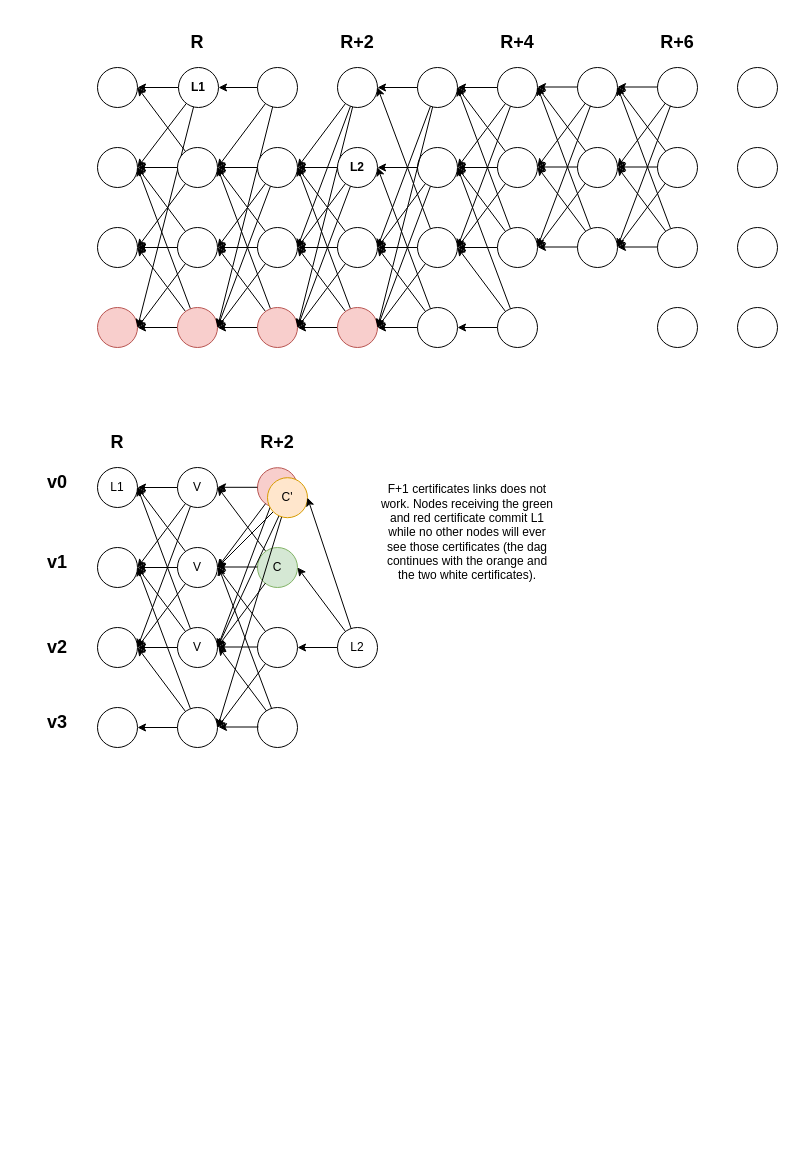
Earlier version of the draw.io diagram dag.drawio (asonnino/various-diagrams). Source tidied: cells renumbered, new cells numbered last; positions are measured from the earlier drawing's top-left corner, leaving out a move shared by most shapes. Both pictures are drawn from the tidied source at 100%, with x=0, y=0 at pixel (27, 27).
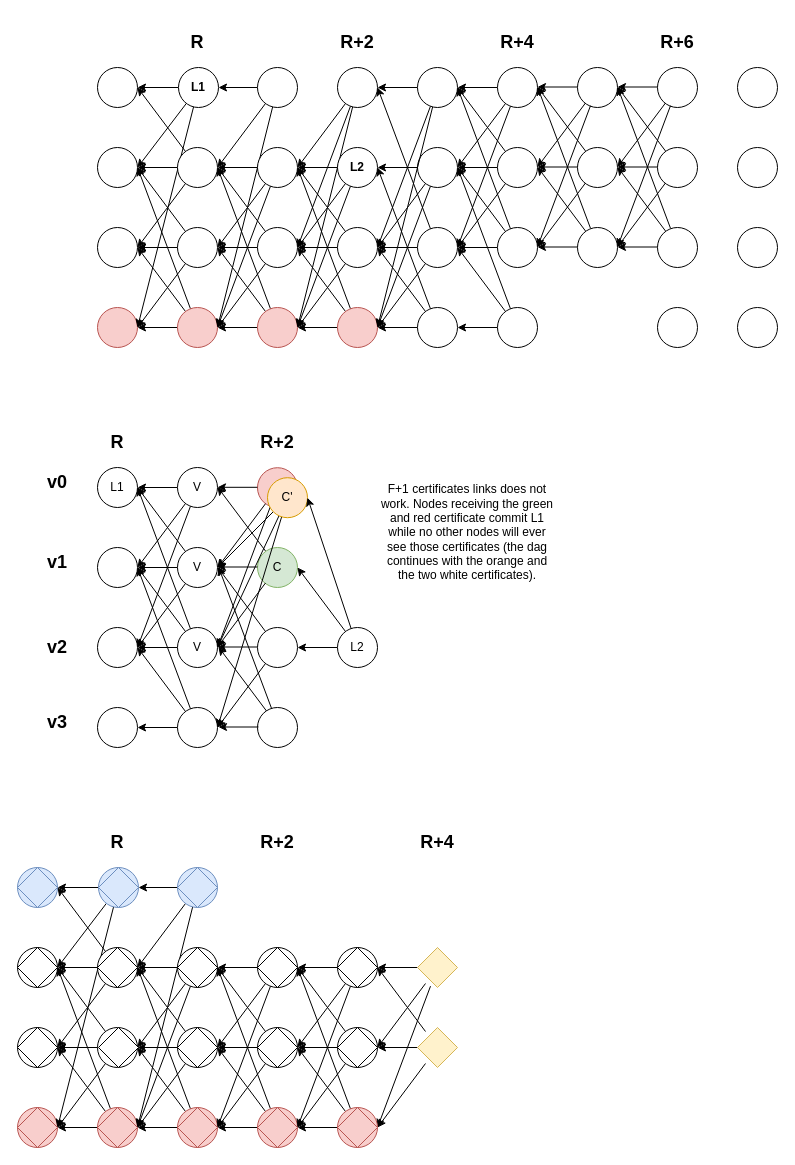
The same page after the edit.

Diff of the diagram source:
```diff
@@
+    <mxCell id="171" style="ellipse;whiteSpace=wrap;html=1;fillColor=#dae8fc;strokeColor=#6c8ebf;" parent="1" vertex="1">
+      <mxGeometry x="-10" y="840" width="40" height="40" as="geometry" />
+    </mxCell>
+    <mxCell id="172" style="ellipse;whiteSpace=wrap;html=1;" parent="1" vertex="1">
+      <mxGeometry x="-10" y="920" width="40" height="40" as="geometry" />
+    </mxCell>
+    <mxCell id="173" style="ellipse;whiteSpace=wrap;html=1;" parent="1" vertex="1">
+      <mxGeometry x="-10" y="1000" width="40" height="40" as="geometry" />
+    </mxCell>
+    <mxCell id="174" style="ellipse;whiteSpace=wrap;html=1;fillColor=#f8cecc;strokeColor=#b85450;" parent="1" vertex="1">
+      <mxGeometry x="-10" y="1080" width="40" height="40" as="geometry" />
+    </mxCell>
+    <mxCell id="175" style="edgeStyle=none;rounded=0;jettySize=auto;html=1;entryX=1;entryY=0.5;entryDx=0;entryDy=0;" parent="1" edge="1" source="178" target="171">
+      <mxGeometry relative="1" as="geometry" />
+    </mxCell>
+    <mxCell id="176" style="edgeStyle=none;rounded=0;jettySize=auto;html=1;entryX=1;entryY=0.5;entryDx=0;entryDy=0;" parent="1" edge="1" source="178" target="172">
+      <mxGeometry relative="1" as="geometry" />
+    </mxCell>
+    <mxCell id="177" style="edgeStyle=none;rounded=0;jettySize=auto;html=1;entryX=1;entryY=0.5;entryDx=0;entryDy=0;" parent="1" edge="1" source="178" target="174">
+      <mxGeometry relative="1" as="geometry" />
+    </mxCell>
+    <mxCell id="178" style="ellipse;whiteSpace=wrap;html=1;fillColor=#dae8fc;strokeColor=#6c8ebf;" parent="1" vertex="1">
+      <mxGeometry x="71" y="840" width="40" height="40" as="geometry" />
+    </mxCell>
+    <mxCell id="179" style="rounded=0;jettySize=auto;html=1;entryX=1;entryY=0.5;entryDx=0;entryDy=0;" parent="1" edge="1" source="182" target="171">
+      <mxGeometry relative="1" as="geometry" />
+    </mxCell>
+    <mxCell id="180" style="edgeStyle=none;rounded=0;jettySize=auto;html=1;entryX=1;entryY=0.5;entryDx=0;entryDy=0;" parent="1" edge="1" source="182" target="172">
+      <mxGeometry relative="1" as="geometry" />
+    </mxCell>
+    <mxCell id="181" style="edgeStyle=none;rounded=0;jettySize=auto;html=1;" parent="1" edge="1" source="182">
+      <mxGeometry relative="1" as="geometry">
+        <mxPoint x="30" y="1020" as="targetPoint" />
+      </mxGeometry>
+    </mxCell>
+    <mxCell id="182" style="ellipse;whiteSpace=wrap;html=1;" parent="1" vertex="1">
+      <mxGeometry x="70" y="920" width="40" height="40" as="geometry" />
+    </mxCell>
+    <mxCell id="183" style="edgeStyle=none;rounded=0;jettySize=auto;html=1;" parent="1" edge="1" source="187" target="173">
+      <mxGeometry relative="1" as="geometry" />
+    </mxCell>
+    <mxCell id="184" style="edgeStyle=none;rounded=0;jettySize=auto;html=1;entryX=1;entryY=0.5;entryDx=0;entryDy=0;" parent="1" edge="1" source="187" target="173">
+      <mxGeometry relative="1" as="geometry" />
+    </mxCell>
+    <mxCell id="185" style="edgeStyle=none;rounded=0;jettySize=auto;html=1;entryX=1;entryY=0.5;entryDx=0;entryDy=0;" parent="1" edge="1" source="187" target="174">
+      <mxGeometry relative="1" as="geometry" />
+    </mxCell>
+    <mxCell id="186" style="edgeStyle=none;rounded=0;jettySize=auto;html=1;entryX=1;entryY=0.5;entryDx=0;entryDy=0;" parent="1" edge="1" source="187" target="172">
+      <mxGeometry relative="1" as="geometry" />
+    </mxCell>
+    <mxCell id="187" style="ellipse;whiteSpace=wrap;html=1;" parent="1" vertex="1">
+      <mxGeometry x="70" y="1000" width="40" height="40" as="geometry" />
+    </mxCell>
+    <mxCell id="188" style="edgeStyle=none;rounded=0;jettySize=auto;html=1;entryX=1;entryY=0.5;entryDx=0;entryDy=0;" parent="1" edge="1" source="191" target="173">
+      <mxGeometry relative="1" as="geometry" />
+    </mxCell>
+    <mxCell id="189" style="edgeStyle=none;rounded=0;jettySize=auto;html=1;entryX=1;entryY=0.5;entryDx=0;entryDy=0;" parent="1" edge="1" source="191" target="172">
+      <mxGeometry relative="1" as="geometry" />
+    </mxCell>
+    <mxCell id="190" style="edgeStyle=none;rounded=0;jettySize=auto;html=1;entryX=1;entryY=0.5;entryDx=0;entryDy=0;" parent="1" edge="1" source="191" target="174">
+      <mxGeometry relative="1" as="geometry" />
+    </mxCell>
+    <mxCell id="191" style="ellipse;whiteSpace=wrap;html=1;fillColor=#f8cecc;strokeColor=#b85450;" parent="1" vertex="1">
+      <mxGeometry x="70" y="1080" width="40" height="40" as="geometry" />
+    </mxCell>
+    <mxCell id="192" style="edgeStyle=none;rounded=0;jettySize=auto;html=1;entryX=1;entryY=0.5;entryDx=0;entryDy=0;" parent="1" edge="1" source="195" target="178">
+      <mxGeometry relative="1" as="geometry" />
+    </mxCell>
+    <mxCell id="193" style="edgeStyle=none;rounded=0;jettySize=auto;html=1;entryX=1;entryY=0.5;entryDx=0;entryDy=0;" parent="1" edge="1" source="195" target="182">
+      <mxGeometry relative="1" as="geometry" />
+    </mxCell>
+    <mxCell id="194" style="edgeStyle=none;rounded=0;jettySize=auto;html=1;entryX=1;entryY=0.5;entryDx=0;entryDy=0;" parent="1" edge="1" source="195" target="191">
+      <mxGeometry relative="1" as="geometry" />
+    </mxCell>
+    <mxCell id="195" style="ellipse;whiteSpace=wrap;html=1;fillColor=#dae8fc;strokeColor=#6c8ebf;" parent="1" vertex="1">
+      <mxGeometry x="150" y="840" width="40" height="40" as="geometry" />
+    </mxCell>
+    <mxCell id="196" style="edgeStyle=none;rounded=0;jettySize=auto;html=1;entryX=1;entryY=0.5;entryDx=0;entryDy=0;" parent="1" edge="1" source="199" target="182">
+      <mxGeometry relative="1" as="geometry" />
+    </mxCell>
+    <mxCell id="197" style="edgeStyle=none;rounded=0;jettySize=auto;html=1;entryX=1;entryY=0.5;entryDx=0;entryDy=0;" parent="1" edge="1" target="187">
+      <mxGeometry relative="1" as="geometry">
+        <mxPoint x="170" y="940" as="sourcePoint" />
+      </mxGeometry>
+    </mxCell>
+    <mxCell id="198" style="edgeStyle=none;rounded=0;jettySize=auto;html=1;entryX=1;entryY=0.5;entryDx=0;entryDy=0;" parent="1" edge="1" source="199" target="191">
+      <mxGeometry relative="1" as="geometry" />
+    </mxCell>
+    <mxCell id="199" style="ellipse;whiteSpace=wrap;html=1;" parent="1" vertex="1">
+      <mxGeometry x="150" y="920" width="40" height="40" as="geometry" />
+    </mxCell>
+    <mxCell id="200" style="edgeStyle=none;rounded=0;jettySize=auto;html=1;entryX=1;entryY=0.5;entryDx=0;entryDy=0;" parent="1" edge="1" source="203" target="182">
+      <mxGeometry relative="1" as="geometry" />
+    </mxCell>
+    <mxCell id="201" style="edgeStyle=none;rounded=0;jettySize=auto;html=1;" parent="1" edge="1" source="203" target="187">
+      <mxGeometry relative="1" as="geometry" />
+    </mxCell>
+    <mxCell id="202" style="edgeStyle=none;rounded=0;jettySize=auto;html=1;entryX=1;entryY=0.5;entryDx=0;entryDy=0;" parent="1" edge="1" source="203" target="191">
+      <mxGeometry relative="1" as="geometry" />
+    </mxCell>
+    <mxCell id="203" style="ellipse;whiteSpace=wrap;html=1;" parent="1" vertex="1">
+      <mxGeometry x="150" y="1000" width="40" height="40" as="geometry" />
+    </mxCell>
+    <mxCell id="204" style="edgeStyle=none;rounded=0;jettySize=auto;html=1;entryX=1;entryY=0.5;entryDx=0;entryDy=0;" parent="1" edge="1" source="207" target="182">
+      <mxGeometry relative="1" as="geometry" />
+    </mxCell>
+    <mxCell id="205" style="edgeStyle=none;rounded=0;jettySize=auto;html=1;entryX=1;entryY=0.5;entryDx=0;entryDy=0;" parent="1" edge="1" source="207" target="187">
+      <mxGeometry relative="1" as="geometry" />
+    </mxCell>
+    <mxCell id="206" style="edgeStyle=none;rounded=0;jettySize=auto;html=1;" parent="1" edge="1" source="207" target="191">
+      <mxGeometry relative="1" as="geometry" />
+    </mxCell>
+    <mxCell id="207" style="ellipse;whiteSpace=wrap;html=1;fillColor=#f8cecc;strokeColor=#b85450;" parent="1" vertex="1">
+      <mxGeometry x="150" y="1080" width="40" height="40" as="geometry" />
+    </mxCell>
+    <mxCell id="208" style="edgeStyle=none;rounded=0;jettySize=auto;html=1;entryX=1;entryY=0.5;entryDx=0;entryDy=0;" parent="1" edge="1" source="211" target="199">
+      <mxGeometry relative="1" as="geometry" />
+    </mxCell>
+    <mxCell id="209" style="edgeStyle=none;rounded=0;jettySize=auto;html=1;entryX=1;entryY=0.5;entryDx=0;entryDy=0;" parent="1" edge="1" source="211" target="203">
+      <mxGeometry relative="1" as="geometry" />
+    </mxCell>
+    <mxCell id="210" style="edgeStyle=none;rounded=0;jettySize=auto;html=1;entryX=1;entryY=0.5;entryDx=0;entryDy=0;" parent="1" edge="1" source="211" target="207">
+      <mxGeometry relative="1" as="geometry" />
+    </mxCell>
+    <mxCell id="211" style="ellipse;whiteSpace=wrap;html=1;" parent="1" vertex="1">
+      <mxGeometry x="230" y="920" width="40" height="40" as="geometry" />
+    </mxCell>
+    <mxCell id="212" style="edgeStyle=none;rounded=0;jettySize=auto;html=1;entryX=1;entryY=0.5;entryDx=0;entryDy=0;" parent="1" edge="1" source="215" target="199">
+      <mxGeometry relative="1" as="geometry" />
+    </mxCell>
+    <mxCell id="213" style="edgeStyle=none;rounded=0;jettySize=auto;html=1;entryX=1;entryY=0.5;entryDx=0;entryDy=0;" parent="1" edge="1" source="215" target="203">
+      <mxGeometry relative="1" as="geometry" />
+    </mxCell>
+    <mxCell id="214" style="edgeStyle=none;rounded=0;jettySize=auto;html=1;entryX=1;entryY=0.5;entryDx=0;entryDy=0;" parent="1" edge="1" source="215" target="207">
+      <mxGeometry relative="1" as="geometry" />
+    </mxCell>
+    <mxCell id="215" style="ellipse;whiteSpace=wrap;html=1;" parent="1" vertex="1">
+      <mxGeometry x="230" y="1000" width="40" height="40" as="geometry" />
+    </mxCell>
+    <mxCell id="216" style="edgeStyle=none;rounded=0;jettySize=auto;html=1;entryX=1;entryY=0.5;entryDx=0;entryDy=0;" parent="1" edge="1" source="219" target="199">
+      <mxGeometry relative="1" as="geometry" />
+    </mxCell>
+    <mxCell id="217" style="edgeStyle=none;rounded=0;jettySize=auto;html=1;entryX=1;entryY=0.5;entryDx=0;entryDy=0;" parent="1" edge="1" source="219" target="203">
+      <mxGeometry relative="1" as="geometry" />
+    </mxCell>
+    <mxCell id="218" style="edgeStyle=none;rounded=0;jettySize=auto;html=1;entryX=1;entryY=0.5;entryDx=0;entryDy=0;" parent="1" edge="1" source="219" target="207">
+      <mxGeometry relative="1" as="geometry" />
+    </mxCell>
+    <mxCell id="219" style="ellipse;whiteSpace=wrap;html=1;fillColor=#f8cecc;strokeColor=#b85450;" parent="1" vertex="1">
+      <mxGeometry x="230" y="1080" width="40" height="40" as="geometry" />
+    </mxCell>
+    <mxCell id="220" style="edgeStyle=none;rounded=0;jettySize=auto;html=1;" parent="1" edge="1" source="223">
+      <mxGeometry relative="1" as="geometry">
+        <mxPoint x="270" y="940" as="targetPoint" />
+      </mxGeometry>
+    </mxCell>
+    <mxCell id="221" style="edgeStyle=none;rounded=0;jettySize=auto;html=1;entryX=1;entryY=0.5;entryDx=0;entryDy=0;" parent="1" edge="1" source="223" target="215">
+      <mxGeometry relative="1" as="geometry" />
+    </mxCell>
+    <mxCell id="222" style="edgeStyle=none;rounded=0;jettySize=auto;html=1;entryX=1;entryY=0.5;entryDx=0;entryDy=0;" parent="1" edge="1" source="223" target="219">
+      <mxGeometry relative="1" as="geometry" />
+    </mxCell>
+    <mxCell id="223" style="ellipse;whiteSpace=wrap;html=1;" parent="1" vertex="1">
+      <mxGeometry x="310" y="920" width="40" height="40" as="geometry" />
+    </mxCell>
+    <mxCell id="224" style="edgeStyle=none;rounded=0;jettySize=auto;html=1;entryX=1;entryY=0.5;entryDx=0;entryDy=0;" parent="1" edge="1" source="227" target="211">
+      <mxGeometry relative="1" as="geometry" />
+    </mxCell>
+    <mxCell id="225" style="edgeStyle=none;rounded=0;jettySize=auto;html=1;entryX=1;entryY=0.5;entryDx=0;entryDy=0;" parent="1" edge="1" source="227" target="215">
+      <mxGeometry relative="1" as="geometry" />
+    </mxCell>
+    <mxCell id="226" style="edgeStyle=none;rounded=0;jettySize=auto;html=1;entryX=1;entryY=0.5;entryDx=0;entryDy=0;" parent="1" edge="1" source="227" target="219">
+      <mxGeometry relative="1" as="geometry" />
+    </mxCell>
+    <mxCell id="227" style="ellipse;whiteSpace=wrap;html=1;" parent="1" vertex="1">
+      <mxGeometry x="310" y="1000" width="40" height="40" as="geometry" />
+    </mxCell>
+    <mxCell id="228" style="edgeStyle=none;rounded=0;jettySize=auto;html=1;entryX=1;entryY=0.5;entryDx=0;entryDy=0;" parent="1" edge="1" target="237">
+      <mxGeometry relative="1" as="geometry">
+        <mxPoint x="403" y="958.7" as="sourcePoint" />
+      </mxGeometry>
+    </mxCell>
+    <mxCell id="229" style="edgeStyle=none;rounded=0;orthogonalLoop=1;jettySize=auto;html=1;" parent="1" edge="1">
+      <mxGeometry relative="1" as="geometry">
+        <mxPoint x="398" y="956" as="sourcePoint" />
+        <mxPoint x="350" y="1020" as="targetPoint" />
+      </mxGeometry>
+    </mxCell>
+    <mxCell id="230" style="edgeStyle=none;rounded=0;jettySize=auto;html=1;entryX=1;entryY=0.5;entryDx=0;entryDy=0;" parent="1" edge="1" target="223">
+      <mxGeometry relative="1" as="geometry">
+        <mxPoint x="390" y="940" as="sourcePoint" />
+      </mxGeometry>
+    </mxCell>
+    <mxCell id="231" style="edgeStyle=none;rounded=0;jettySize=auto;html=1;entryX=1;entryY=0.5;entryDx=0;entryDy=0;" parent="1" edge="1" target="227">
+      <mxGeometry relative="1" as="geometry">
+        <mxPoint x="390" y="1020" as="sourcePoint" />
+      </mxGeometry>
+    </mxCell>
+    <mxCell id="232" style="edgeStyle=none;rounded=0;jettySize=auto;html=1;entryX=1;entryY=0.5;entryDx=0;entryDy=0;" parent="1" edge="1" target="223">
+      <mxGeometry relative="1" as="geometry">
+        <mxPoint x="398" y="1004" as="sourcePoint" />
+      </mxGeometry>
+    </mxCell>
+    <mxCell id="233" style="edgeStyle=none;rounded=0;jettySize=auto;html=1;entryX=1;entryY=0.5;entryDx=0;entryDy=0;" parent="1" edge="1" target="237">
+      <mxGeometry relative="1" as="geometry">
+        <mxPoint x="398" y="1036" as="sourcePoint" />
+      </mxGeometry>
+    </mxCell>
+    <mxCell id="234" style="edgeStyle=none;rounded=0;jettySize=auto;html=1;entryX=1;entryY=0.5;entryDx=0;entryDy=0;" parent="1" edge="1" source="237" target="219">
+      <mxGeometry relative="1" as="geometry" />
+    </mxCell>
+    <mxCell id="235" style="edgeStyle=none;rounded=0;jettySize=auto;html=1;" parent="1" edge="1" source="237">
+      <mxGeometry relative="1" as="geometry">
+        <mxPoint x="270" y="940" as="targetPoint" />
+      </mxGeometry>
+    </mxCell>
+    <mxCell id="236" style="edgeStyle=none;rounded=0;jettySize=auto;html=1;entryX=1;entryY=0.5;entryDx=0;entryDy=0;" parent="1" edge="1" source="237" target="215">
+      <mxGeometry relative="1" as="geometry" />
+    </mxCell>
+    <mxCell id="237" style="ellipse;whiteSpace=wrap;html=1;fillColor=#f8cecc;strokeColor=#b85450;" parent="1" vertex="1">
+      <mxGeometry x="310" y="1080" width="40" height="40" as="geometry" />
+    </mxCell>
+    <mxCell id="238" value="&lt;h2&gt;&lt;b&gt;R&lt;/b&gt;&lt;/h2&gt;" style="text;html=1;strokeColor=none;fillColor=none;align=center;verticalAlign=middle;whiteSpace=wrap;rounded=0;" parent="1" vertex="1">
+      <mxGeometry x="60" y="800" width="60" height="30" as="geometry" />
+    </mxCell>
+    <mxCell id="239" value="&lt;h2&gt;&lt;b&gt;R+2&lt;/b&gt;&lt;/h2&gt;" style="text;html=1;strokeColor=none;fillColor=none;align=center;verticalAlign=middle;whiteSpace=wrap;rounded=0;" parent="1" vertex="1">
+      <mxGeometry x="220" y="800" width="60" height="30" as="geometry" />
+    </mxCell>
+    <mxCell id="240" value="&lt;h2&gt;&lt;b&gt;R+4&lt;/b&gt;&lt;/h2&gt;" style="text;html=1;strokeColor=none;fillColor=none;align=center;verticalAlign=middle;whiteSpace=wrap;rounded=0;" parent="1" vertex="1">
+      <mxGeometry x="380" y="800" width="60" height="30" as="geometry" />
+    </mxCell>
+    <mxCell id="241" style="rhombus;whiteSpace=wrap;html=1;fillColor=#dae8fc;strokeColor=#6c8ebf;" parent="1" vertex="1">
+      <mxGeometry x="-10" y="840" width="40" height="40" as="geometry" />
+    </mxCell>
+    <mxCell id="242" style="rhombus;whiteSpace=wrap;html=1;fillColor=#dae8fc;strokeColor=#6c8ebf;" parent="1" vertex="1">
+      <mxGeometry x="71" y="840" width="40" height="40" as="geometry" />
+    </mxCell>
+    <mxCell id="243" style="rhombus;whiteSpace=wrap;html=1;fillColor=#dae8fc;strokeColor=#6c8ebf;" parent="1" vertex="1">
+      <mxGeometry x="150" y="840" width="40" height="40" as="geometry" />
+    </mxCell>
+    <mxCell id="244" style="rhombus;whiteSpace=wrap;html=1;" parent="1" vertex="1">
+      <mxGeometry x="-10" y="920" width="40" height="40" as="geometry" />
+    </mxCell>
+    <mxCell id="245" style="rhombus;whiteSpace=wrap;html=1;" parent="1" vertex="1">
+      <mxGeometry x="70" y="920" width="40" height="40" as="geometry" />
+    </mxCell>
+    <mxCell id="246" style="rhombus;whiteSpace=wrap;html=1;" parent="1" vertex="1">
+      <mxGeometry x="150" y="920" width="40" height="40" as="geometry" />
+    </mxCell>
+    <mxCell id="247" style="rhombus;whiteSpace=wrap;html=1;" parent="1" vertex="1">
+      <mxGeometry x="-10" y="1000" width="40" height="40" as="geometry" />
+    </mxCell>
+    <mxCell id="248" style="rhombus;whiteSpace=wrap;html=1;" parent="1" vertex="1">
+      <mxGeometry x="71" y="1000" width="40" height="40" as="geometry" />
+    </mxCell>
+    <mxCell id="249" style="rhombus;whiteSpace=wrap;html=1;" parent="1" vertex="1">
+      <mxGeometry x="150" y="1000" width="40" height="40" as="geometry" />
+    </mxCell>
+    <mxCell id="250" style="rhombus;whiteSpace=wrap;html=1;fillColor=#f8cecc;strokeColor=#b85450;" parent="1" vertex="1">
+      <mxGeometry x="-10" y="1080" width="40" height="40" as="geometry" />
+    </mxCell>
+    <mxCell id="251" style="rhombus;whiteSpace=wrap;html=1;fillColor=#f8cecc;strokeColor=#b85450;" parent="1" vertex="1">
+      <mxGeometry x="70" y="1080" width="40" height="40" as="geometry" />
+    </mxCell>
+    <mxCell id="252" style="rhombus;whiteSpace=wrap;html=1;fillColor=#f8cecc;strokeColor=#b85450;" parent="1" vertex="1">
+      <mxGeometry x="150" y="1080" width="40" height="40" as="geometry" />
+    </mxCell>
+    <mxCell id="253" style="rhombus;whiteSpace=wrap;html=1;" parent="1" vertex="1">
+      <mxGeometry x="230" y="920" width="40" height="40" as="geometry" />
+    </mxCell>
+    <mxCell id="254" style="rhombus;whiteSpace=wrap;html=1;" parent="1" vertex="1">
+      <mxGeometry x="310" y="920" width="40" height="40" as="geometry" />
+    </mxCell>
+    <mxCell id="255" style="rhombus;whiteSpace=wrap;html=1;fillColor=#fff2cc;strokeColor=#d6b656;" parent="1" vertex="1">
+      <mxGeometry x="390" y="920" width="40" height="40" as="geometry" />
+    </mxCell>
+    <mxCell id="256" style="rhombus;whiteSpace=wrap;html=1;" parent="1" vertex="1">
+      <mxGeometry x="230" y="1000" width="40" height="40" as="geometry" />
+    </mxCell>
+    <mxCell id="257" style="rhombus;whiteSpace=wrap;html=1;" parent="1" vertex="1">
+      <mxGeometry x="310" y="1000" width="40" height="40" as="geometry" />
+    </mxCell>
+    <mxCell id="258" style="rhombus;whiteSpace=wrap;html=1;fillColor=#fff2cc;strokeColor=#d6b656;" parent="1" vertex="1">
+      <mxGeometry x="390" y="1000" width="40" height="40" as="geometry" />
+    </mxCell>
+    <mxCell id="259" style="rhombus;whiteSpace=wrap;html=1;fillColor=#f8cecc;strokeColor=#b85450;" parent="1" vertex="1">
+      <mxGeometry x="230" y="1080" width="40" height="40" as="geometry" />
+    </mxCell>
+    <mxCell id="260" style="rhombus;whiteSpace=wrap;html=1;fillColor=#f8cecc;strokeColor=#b85450;" parent="1" vertex="1">
+      <mxGeometry x="310" y="1080" width="40" height="40" as="geometry" />
+    </mxCell>
```
